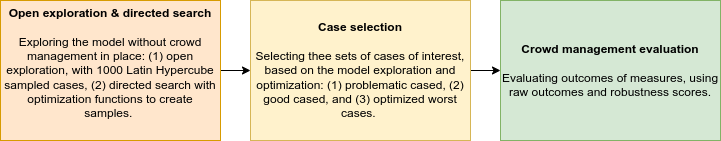
Earlier version of the draw.io export figures/experimentalFlow.png (floristevito/CrowdSim). Source tidied: cells renumbered, new cells last; positions are measured from the earlier drawing's top-left corner, leaving out a move shared by most shapes.
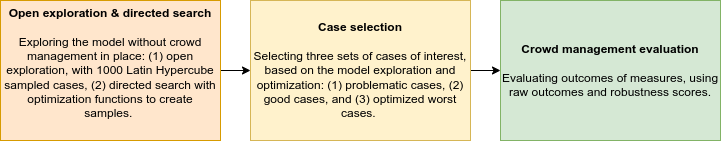
Later version of the same file.

What changed in the source:
```diff
@@ -11,7 +11,7 @@
     <mxCell id="4" style="edgeStyle=orthogonalEdgeStyle;rounded=0;jettySize=auto;html=1;exitX=1;exitY=0.5;exitDx=0;exitDy=0;entryX=0;entryY=0.5;entryDx=0;entryDy=0;" parent="1" edge="1" source="5" target="6">
       <mxGeometry relative="1" as="geometry" />
     </mxCell>
-    <mxCell id="5" value="&lt;b&gt;Case selection&lt;br&gt;&lt;br&gt;&lt;/b&gt;Selecting thee sets of cases of interest, based on the model exploration and optimization: (1) problematic cased, (2) good cased, and (3) optimized worst cases.&amp;nbsp;&lt;b&gt;&lt;br&gt;&lt;/b&gt;" style="rounded=0;whiteSpace=wrap;html=1;fillColor=#fff2cc;strokeColor=#d6b656;" parent="1" vertex="1">
+    <mxCell id="5" value="&lt;b&gt;Case selection&lt;br&gt;&lt;br&gt;&lt;/b&gt;Selecting three sets of cases of interest, based on the model exploration and optimization: (1) problematic cases, (2) good cases, and (3) optimized worst cases.&amp;nbsp;" style="rounded=0;whiteSpace=wrap;html=1;fillColor=#fff2cc;strokeColor=#d6b656;" parent="1" vertex="1">
       <mxGeometry x="250" width="220" height="140" as="geometry" />
     </mxCell>
     <mxCell id="6" value="&lt;b&gt;Crowd management evaluation&lt;br&gt;&lt;br&gt;&lt;/b&gt;&lt;span style=&quot;text-align: left;&quot;&gt;Evaluating outcomes of measures, using raw outcomes and robustness scores.&lt;/span&gt;&lt;b&gt;&lt;br&gt;&lt;/b&gt;" style="rounded=0;whiteSpace=wrap;html=1;fillColor=#d5e8d4;strokeColor=#82b366;" parent="1" vertex="1">
```
